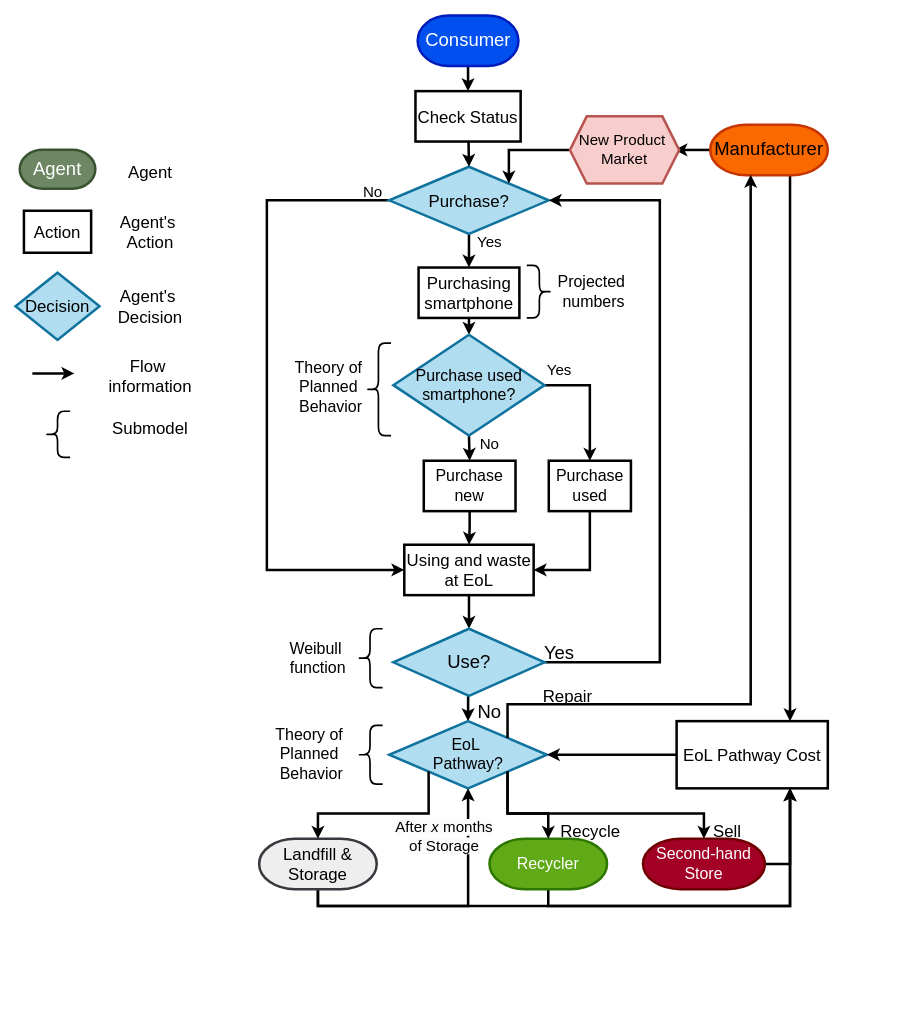
jungletada/ABMSF keeps this draw.io diagram as supplementary/consumer_decision_tree.drawio. Above is the earlier version. Source tidied: cells renumbered, new cells numbered last; positions are measured from the earlier drawing's top-left corner, leaving out a move shared by most shapes. Both pictures are drawn from the tidied source at 84%, with x=0, y=0 at pixel (15, 15).
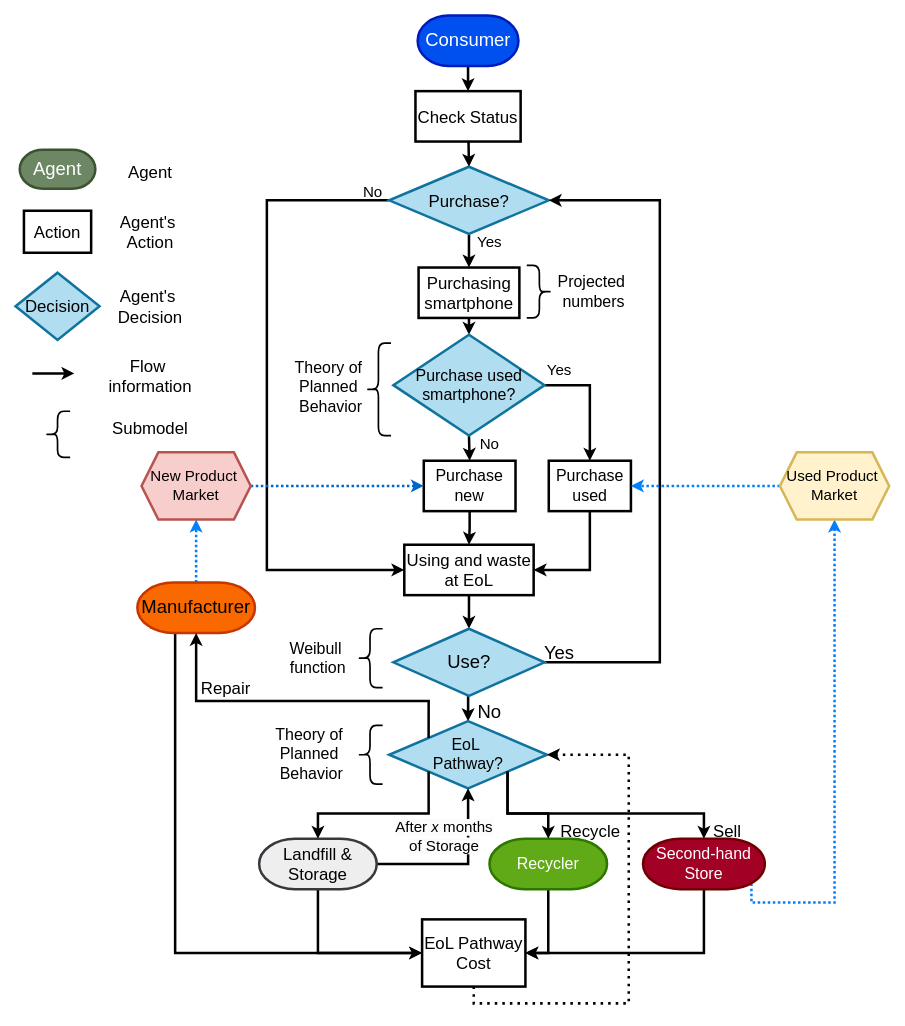
The same diagram, later.

Unchanged cells that the change refers to:
```xml
<mxCell id="4" value="&lt;font style=&quot;font-size: 20px;&quot;&gt;Purchase?&lt;/font&gt;" style="rhombus;whiteSpace=wrap;html=1;fontSize=20;strokeWidth=3;fillColor=#b1ddf0;strokeColor=#10739e;" parent="1" vertex="1">
  <mxGeometry x="444.8" y="180" width="190" height="80" as="geometry" />
</mxCell>
<mxCell id="6" value="&lt;font style=&quot;font-size: 19px;&quot;&gt;Purchase used&lt;/font&gt;" style="rounded=0;whiteSpace=wrap;html=1;fontSize=19;strokeWidth=3;" parent="1" vertex="1">
  <mxGeometry x="634.8" y="530" width="97.8" height="60" as="geometry" />
</mxCell>
<mxCell id="13" value="&lt;font style=&quot;font-size: 19px;&quot;&gt;Purchase new&lt;/font&gt;" style="rounded=0;whiteSpace=wrap;html=1;fontSize=19;strokeWidth=3;" parent="1" vertex="1">
  <mxGeometry x="486" y="530" width="109.2" height="60" as="geometry" />
</mxCell>
<mxCell id="20" value="&lt;div style=&quot;font-size: 19px;&quot;&gt;&lt;span style=&quot;font-size: 19px; background-color: initial;&quot;&gt;EoL&amp;nbsp;&lt;/span&gt;&lt;/div&gt;&lt;div style=&quot;font-size: 19px;&quot;&gt;&lt;span style=&quot;font-size: 19px; background-color: initial;&quot;&gt;Pathway?&lt;/span&gt;&lt;br style=&quot;font-size: 19px;&quot;&gt;&lt;/div&gt;" style="rhombus;whiteSpace=wrap;html=1;fontSize=19;strokeWidth=3;fillColor=#b1ddf0;strokeColor=#10739e;" parent="1" vertex="1">
  <mxGeometry x="444.8" y="840" width="187.9" height="80" as="geometry" />
</mxCell>
<mxCell id="32" value="&lt;span style=&quot;font-size: 20px;&quot;&gt;Landfill &amp;amp; Storage&lt;/span&gt;" style="strokeWidth=3;html=1;shape=mxgraph.flowchart.terminator;whiteSpace=wrap;fontSize=20;fillColor=#eeeeee;strokeColor=#36393d;" parent="1" vertex="1">
  <mxGeometry x="290" y="980" width="140" height="60" as="geometry" />
</mxCell>
<mxCell id="34" value="&lt;font style=&quot;font-size: 19px;&quot;&gt;Recycler&lt;/font&gt;" style="strokeWidth=3;html=1;shape=mxgraph.flowchart.terminator;whiteSpace=wrap;fillColor=#60a917;fontColor=#ffffff;strokeColor=#2D7600;" parent="1" vertex="1">
  <mxGeometry x="564.2" y="980" width="140" height="60" as="geometry" />
</mxCell>
<mxCell id="44" value="&lt;span style=&quot;font-size: 19px;&quot;&gt;Second-hand Store&lt;/span&gt;" style="strokeWidth=3;html=1;shape=mxgraph.flowchart.terminator;whiteSpace=wrap;fillColor=#a20025;fontColor=#ffffff;strokeColor=#6F0000;fontSize=19;" parent="1" vertex="1">
  <mxGeometry x="747" y="980" width="145" height="60" as="geometry" />
</mxCell>
```

The edit, as a diff of the source:
```diff
@@
+    <mxCell id="31" style="edgeStyle=orthogonalEdgeStyle;rounded=0;jettySize=auto;html=1;exitX=1;exitY=0.5;exitDx=0;exitDy=0;exitPerimeter=0;entryX=0.5;entryY=1;entryDx=0;entryDy=0;strokeWidth=3;" parent="1" edge="1" source="32" target="20">
+      <mxGeometry relative="1" as="geometry" />
+    </mxCell>
-    <mxCell id="30" style="edgeStyle=orthogonalEdgeStyle;rounded=0;jettySize=auto;html=1;entryX=0.75;entryY=1;entryDx=0;entryDy=0;strokeWidth=3;" parent="1" edge="1" source="32" target="40">
-      <mxGeometry relative="1" as="geometry">
-        <Array as="points">
-          <mxPoint x="360" y="1060" />
-          <mxPoint x="922" y="1060" />
-        </Array>
-      </mxGeometry>
+    <mxCell id="30" style="edgeStyle=orthogonalEdgeStyle;rounded=0;jettySize=auto;html=1;entryX=0;entryY=0.5;entryDx=0;entryDy=0;exitX=0.5;exitY=1;exitDx=0;exitDy=0;exitPerimeter=0;strokeWidth=3;" parent="1" edge="1" source="32" target="40">
+      <mxGeometry relative="1" as="geometry" />
     </mxCell>
-    <mxCell id="31" style="edgeStyle=orthogonalEdgeStyle;rounded=0;jettySize=auto;html=1;exitX=0.5;exitY=1;exitDx=0;exitDy=0;exitPerimeter=0;entryX=0.5;entryY=1;entryDx=0;entryDy=0;strokeWidth=3;" parent="1" edge="1" source="32" target="20">
-      <mxGeometry relative="1" as="geometry" />
-    </mxCell>
@@
-    <mxCell id="33" style="edgeStyle=orthogonalEdgeStyle;rounded=0;jettySize=auto;html=1;exitX=0.5;exitY=1;exitDx=0;exitDy=0;exitPerimeter=0;entryX=0.75;entryY=1;entryDx=0;entryDy=0;strokeWidth=3;" parent="1" edge="1" source="34" target="40">
-      <mxGeometry relative="1" as="geometry">
-        <Array as="points">
-          <mxPoint x="634" y="1060" />
-          <mxPoint x="922" y="1060" />
-        </Array>
-      </mxGeometry>
+    <mxCell id="33" style="edgeStyle=orthogonalEdgeStyle;rounded=0;jettySize=auto;html=1;entryX=1;entryY=0.5;entryDx=0;entryDy=0;strokeWidth=3;" parent="1" edge="1" source="34" target="40">
+      <mxGeometry relative="1" as="geometry" />
     </mxCell>
@@
-    <mxCell id="35" style="edgeStyle=orthogonalEdgeStyle;rounded=0;jettySize=auto;html=1;exitX=0;exitY=0.5;exitDx=0;exitDy=0;exitPerimeter=0;entryX=1;entryY=0.5;entryDx=0;entryDy=0;strokeWidth=3;" parent="1" edge="1" source="37">
-      <mxGeometry relative="1" as="geometry">
-        <mxPoint x="784.5" y="160" as="targetPoint" />
-      </mxGeometry>
-    </mxCell>
+    <mxCell id="70" style="edgeStyle=orthogonalEdgeStyle;rounded=0;jettySize=auto;html=1;exitX=0.5;exitY=0;exitDx=0;exitDy=0;exitPerimeter=0;entryX=0.5;entryY=1;entryDx=0;entryDy=0;dashed=1;dashPattern=1 1;strokeWidth=3;strokeColor=#007FFF;" parent="1" edge="1" source="37" target="69">
+      <mxGeometry relative="1" as="geometry" />
+    </mxCell>
-    <mxCell id="36" style="edgeStyle=orthogonalEdgeStyle;rounded=0;jettySize=auto;html=1;exitX=0.89;exitY=0.89;exitDx=0;exitDy=0;exitPerimeter=0;entryX=0.75;entryY=0;entryDx=0;entryDy=0;strokeWidth=3;" parent="1" edge="1" source="37" target="40">
+    <mxCell id="36" style="edgeStyle=orthogonalEdgeStyle;rounded=0;jettySize=auto;html=1;exitX=0.11;exitY=0.89;exitDx=0;exitDy=0;exitPerimeter=0;entryX=0;entryY=0.5;entryDx=0;entryDy=0;strokeWidth=3;" parent="1" edge="1" source="37" target="40">
       <mxGeometry relative="1" as="geometry">
         <Array as="points">
-          <mxPoint x="922" y="183" />
+          <mxPoint x="190" y="728" />
+          <mxPoint x="190" y="1116" />
         </Array>
       </mxGeometry>
     </mxCell>
     <mxCell id="37" value="&lt;span style=&quot;font-size: 22px;&quot;&gt;Manufacturer&lt;/span&gt;" style="strokeWidth=3;html=1;shape=mxgraph.flowchart.terminator;whiteSpace=wrap;fillColor=#fa6800;fontColor=#000000;strokeColor=#C73500;" parent="1" vertex="1">
-      <mxGeometry x="827" y="130" width="140" height="60" as="geometry" />
+      <mxGeometry x="145" y="675" width="140" height="60" as="geometry" />
     </mxCell>
-    <mxCell id="38" style="edgeStyle=orthogonalEdgeStyle;rounded=0;jettySize=auto;html=1;exitX=0;exitY=0.5;exitDx=0;exitDy=0;entryX=1;entryY=0;entryDx=0;entryDy=0;strokeWidth=3;" parent="1" edge="1" target="4">
-      <mxGeometry relative="1" as="geometry">
-        <mxPoint x="659.2" y="160" as="sourcePoint" />
-        <Array as="points">
-          <mxPoint x="587.2" y="160" />
-        </Array>
-      </mxGeometry>
-    </mxCell>
-    <mxCell id="39" style="edgeStyle=orthogonalEdgeStyle;rounded=0;jettySize=auto;html=1;strokeWidth=3;" parent="1" edge="1" source="40" target="20">
-      <mxGeometry relative="1" as="geometry" />
+    <mxCell id="39" style="edgeStyle=orthogonalEdgeStyle;rounded=0;jettySize=auto;html=1;exitX=0.5;exitY=1;exitDx=0;exitDy=0;entryX=1;entryY=0.5;entryDx=0;entryDy=0;dashed=1;dashPattern=1 2;strokeWidth=3;" parent="1" edge="1" source="40" target="20">
+      <mxGeometry relative="1" as="geometry">
+        <Array as="points">
+          <mxPoint x="546" y="1176" />
+          <mxPoint x="730" y="1176" />
+          <mxPoint x="730" y="880" />
+        </Array>
+      </mxGeometry>
     </mxCell>
     <mxCell id="40" value="&lt;span style=&quot;font-size: 20px;&quot;&gt;EoL Pathway Cost&lt;/span&gt;" style="rounded=0;whiteSpace=wrap;html=1;fontSize=20;strokeWidth=3;" parent="1" vertex="1">
-      <mxGeometry x="787" y="840" width="180" height="80" as="geometry" />
+      <mxGeometry x="484" y="1076" width="123" height="80" as="geometry" />
     </mxCell>
     <mxCell id="41" value="&lt;font style=&quot;font-size: 20px;&quot;&gt;Repair&lt;/font&gt;" style="text;html=1;align=center;verticalAlign=middle;strokeColor=none;fillColor=none;" parent="1" vertex="1">
-      <mxGeometry x="616.8" y="790" width="80" height="40" as="geometry" />
+      <mxGeometry x="210" y="780" width="80" height="40" as="geometry" />
     </mxCell>
@@
+    <mxCell id="71" style="edgeStyle=orthogonalEdgeStyle;rounded=0;jettySize=auto;html=1;exitX=0.89;exitY=0.89;exitDx=0;exitDy=0;exitPerimeter=0;entryX=0.5;entryY=1;entryDx=0;entryDy=0;dashed=1;dashPattern=1 1;startArrow=none;startFill=0;strokeWidth=3;endArrow=classic;endFill=1;strokeColor=#007FFF;" parent="1" edge="1" source="44" target="74">
+      <mxGeometry relative="1" as="geometry">
+        <Array as="points">
+          <mxPoint x="876" y="1056" />
+          <mxPoint x="975" y="1056" />
+        </Array>
+      </mxGeometry>
+    </mxCell>
-    <mxCell id="43" style="edgeStyle=orthogonalEdgeStyle;rounded=0;jettySize=auto;html=1;entryX=0.75;entryY=1;entryDx=0;entryDy=0;exitX=1;exitY=0.5;exitDx=0;exitDy=0;exitPerimeter=0;strokeWidth=3;" parent="1" edge="1" source="44" target="40">
-      <mxGeometry relative="1" as="geometry" />
+    <mxCell id="43" style="edgeStyle=orthogonalEdgeStyle;rounded=0;jettySize=auto;html=1;entryX=1;entryY=0.5;entryDx=0;entryDy=0;strokeWidth=3;" parent="1" edge="1" source="44" target="40">
+      <mxGeometry relative="1" as="geometry">
+        <Array as="points">
+          <mxPoint x="820" y="1116" />
+        </Array>
+      </mxGeometry>
     </mxCell>
@@
-    <mxCell id="48" style="edgeStyle=orthogonalEdgeStyle;rounded=0;jettySize=auto;html=1;exitX=1;exitY=0;exitDx=0;exitDy=0;entryX=0.344;entryY=0.994;entryDx=0;entryDy=0;entryPerimeter=0;strokeWidth=3;" parent="1" edge="1" source="20" target="37">
-      <mxGeometry relative="1" as="geometry">
-        <Array as="points">
-          <mxPoint x="586" y="820" />
-          <mxPoint x="875" y="820" />
-        </Array>
-      </mxGeometry>
-    </mxCell>
@@
+    <mxCell id="72" style="edgeStyle=orthogonalEdgeStyle;rounded=0;jettySize=auto;html=1;entryX=0;entryY=0.5;entryDx=0;entryDy=0;strokeWidth=3;strokeColor=#0066CC;dashed=1;dashPattern=1 1;" parent="1" edge="1" source="69" target="13">
+      <mxGeometry relative="1" as="geometry" />
+    </mxCell>
     <mxCell id="69" value="&lt;font style=&quot;font-size: 18px;&quot;&gt;New Product&amp;nbsp;&lt;/font&gt;&lt;div style=&quot;font-size: 18px;&quot;&gt;&lt;font style=&quot;font-size: 18px;&quot;&gt;Market&lt;/font&gt;&lt;/div&gt;" style="shape=hexagon;perimeter=hexagonPerimeter2;whiteSpace=wrap;html=1;fixedSize=1;strokeWidth=3;fillColor=#f8cecc;strokeColor=#b85450;" parent="1" vertex="1">
-      <mxGeometry x="660" y="120" width="130" height="80" as="geometry" />
+      <mxGeometry x="150" y="520" width="130" height="80" as="geometry" />
     </mxCell>
+    <mxCell id="73" style="edgeStyle=orthogonalEdgeStyle;rounded=0;jettySize=auto;html=1;exitX=0;exitY=0.5;exitDx=0;exitDy=0;dashed=1;dashPattern=1 1;startArrow=none;startFill=0;strokeWidth=3;strokeColor=#007FFF;" parent="1" edge="1" source="74" target="6">
+      <mxGeometry relative="1" as="geometry" />
+    </mxCell>
+    <mxCell id="74" value="&lt;font style=&quot;font-size: 18px;&quot;&gt;Used Product&amp;nbsp;&lt;/font&gt;&lt;div style=&quot;font-size: 18px;&quot;&gt;&lt;font style=&quot;font-size: 18px;&quot;&gt;Market&lt;/font&gt;&lt;/div&gt;" style="shape=hexagon;perimeter=hexagonPerimeter2;whiteSpace=wrap;html=1;fixedSize=1;strokeWidth=3;fillColor=#fff2cc;strokeColor=#d6b656;" parent="1" vertex="1">
+      <mxGeometry x="910" y="520" width="130" height="80" as="geometry" />
+    </mxCell>
+    <mxCell id="48" style="edgeStyle=orthogonalEdgeStyle;rounded=0;jettySize=auto;html=1;exitX=0;exitY=0;exitDx=0;exitDy=0;entryX=0.5;entryY=1;entryDx=0;entryDy=0;entryPerimeter=0;strokeWidth=3;" parent="1" edge="1" source="20" target="37">
+      <mxGeometry relative="1" as="geometry">
+        <Array as="points">
+          <mxPoint x="492" y="816" />
+          <mxPoint x="215" y="816" />
+        </Array>
+      </mxGeometry>
+    </mxCell>
```
